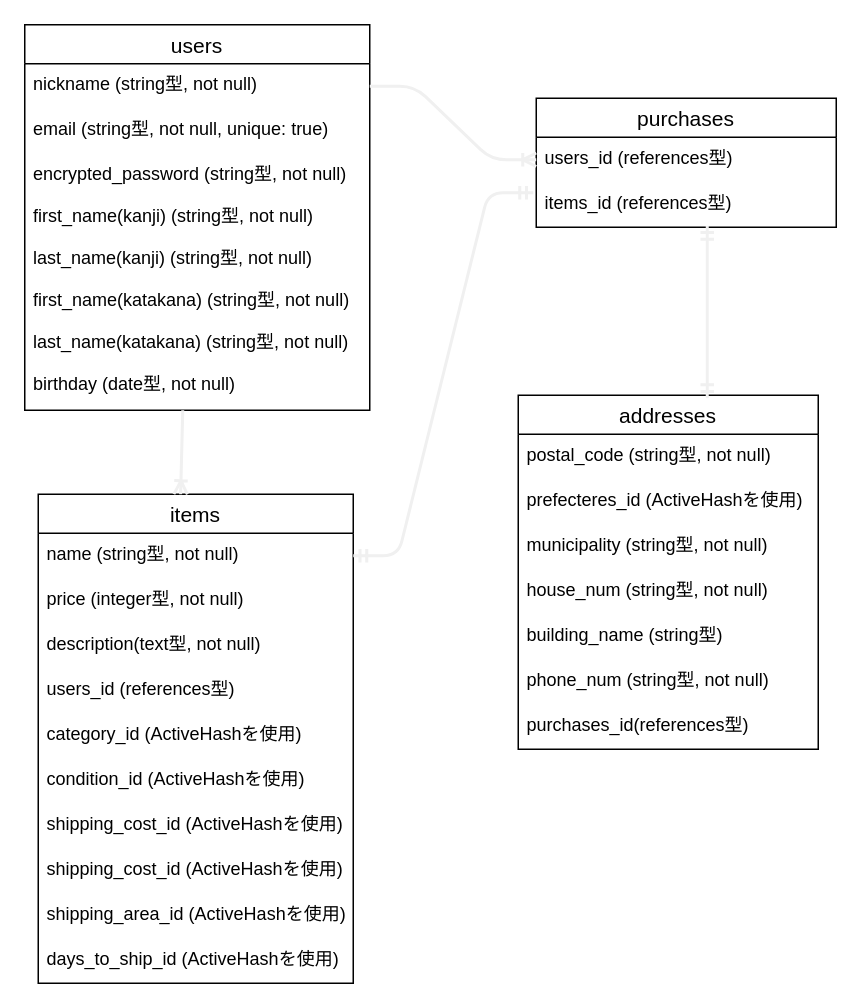
Earlier version of the draw.io diagram furima.dio (DanInamori/furima-33020). Source tidied: cells renumbered, new cells numbered last; positions are measured from the earlier drawing's top-left corner, leaving out a move shared by most shapes. Both pictures are drawn from the tidied source at 150%, with x=0, y=0 at pixel (24, 24).
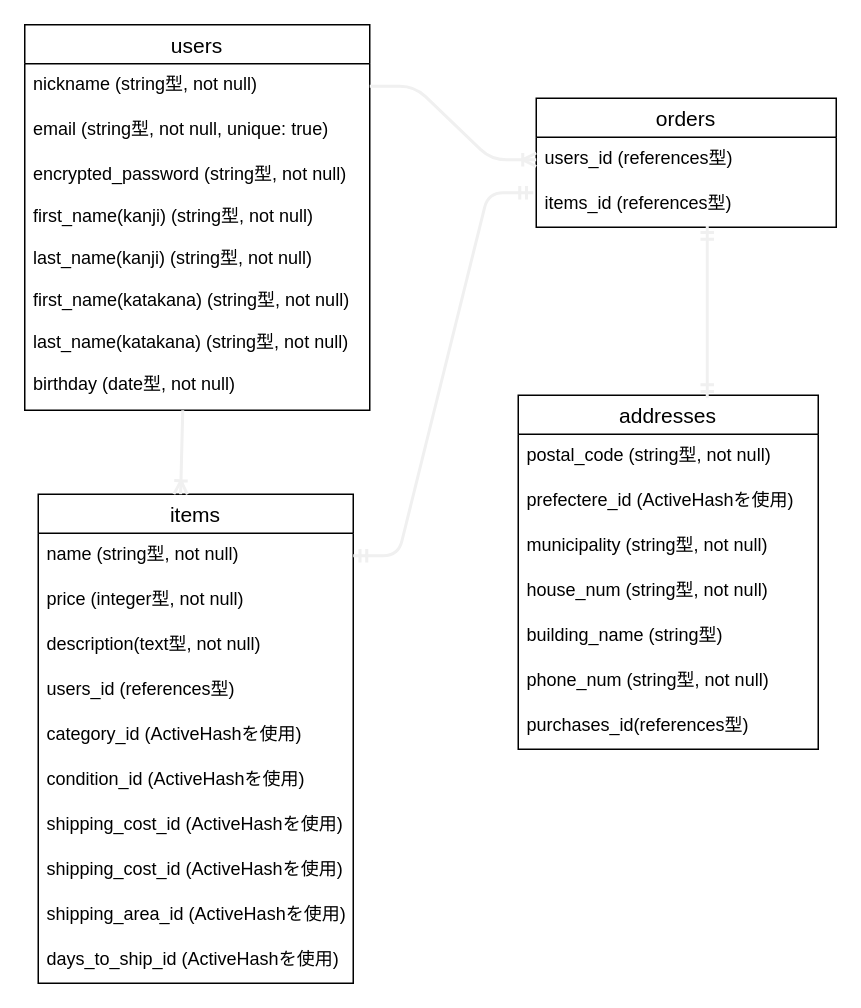
The same page after the edit.

The change refers to these unchanged cells:
```xml
<mxCell id="21" value="addresses" style="swimlane;fontStyle=0;horizontal=1;startSize=26;align=center;fontSize=14;" parent="1" vertex="1">
  <mxGeometry x="329" y="247" width="200" height="236" as="geometry" />
</mxCell>
```

The edit, as a diff of the source:
```diff
@@
-    <mxCell id="7" value="purchases" style="swimlane;fontStyle=0;horizontal=1;startSize=26;align=center;fontSize=14;" parent="1" vertex="1">
+    <mxCell id="7" value="orders" style="swimlane;fontStyle=0;horizontal=1;startSize=26;align=center;fontSize=14;" parent="1" vertex="1">
       <mxGeometry x="341" y="49" width="200" height="86" as="geometry" />
     </mxCell>
@@
-    <mxCell id="23" value="prefecteres_id (ActiveHashを使用)" style="text;strokeColor=none;fillColor=none;spacingLeft=4;spacingRight=4;overflow=hidden;fontSize=12;" parent="21" vertex="1">
+    <mxCell id="23" value="prefectere_id (ActiveHashを使用)" style="text;strokeColor=none;fillColor=none;spacingLeft=4;spacingRight=4;overflow=hidden;fontSize=12;" parent="21" vertex="1">
       <mxGeometry y="56" width="200" height="30" as="geometry" />
     </mxCell>
```
